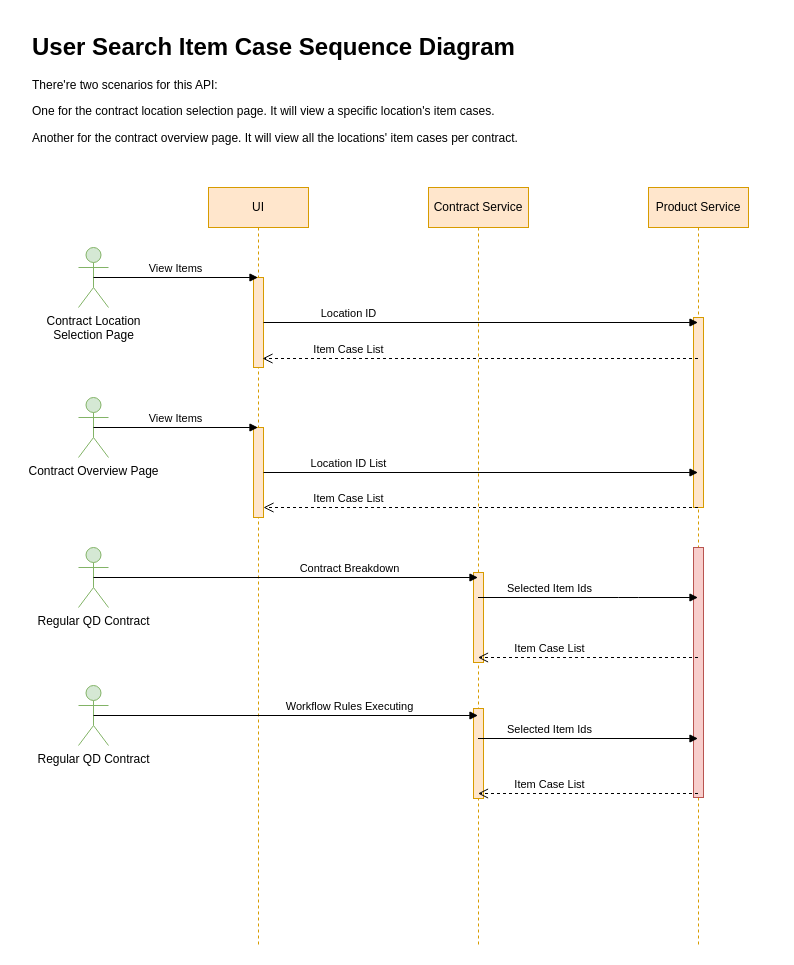
This is item&location search api sequence diagram.drawio from dajin-kingland/UMLdiagrams, a draw.io file, before an edit. Source tidied: cells renumbered, new cells numbered last; positions are measured from the earlier drawing's top-left corner, leaving out a move shared by most shapes. Both pictures are drawn from the tidied source at 100%, with x=0, y=0 at pixel (27, 27).
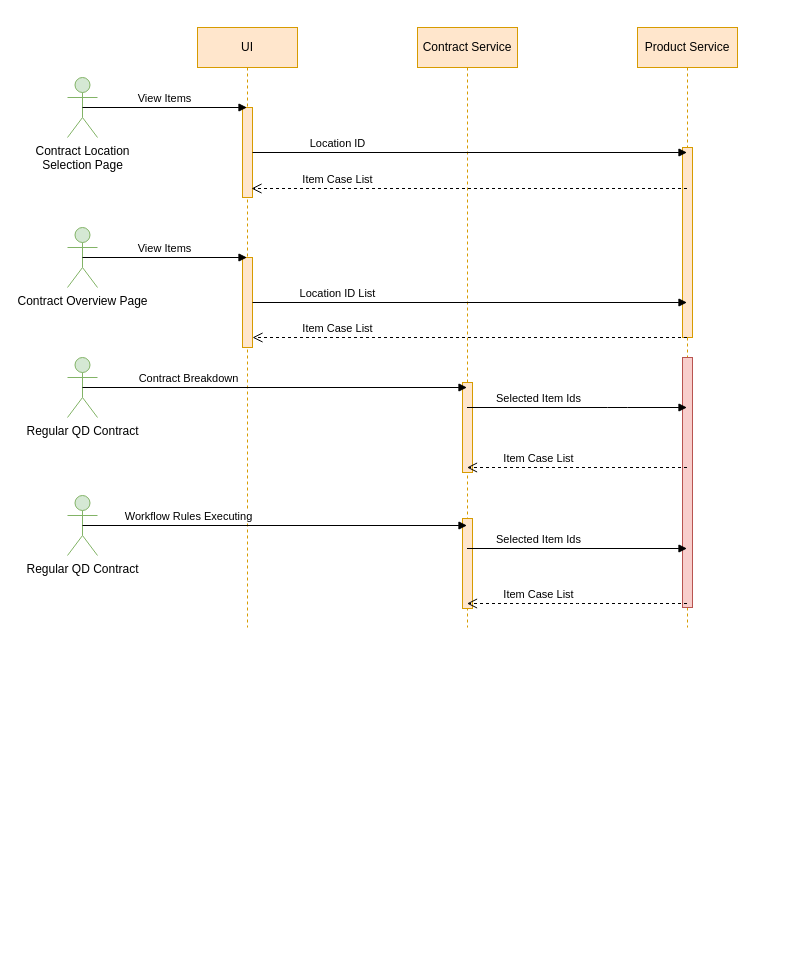
The same page after the edit.

Change to the diagram source:
```diff
@@
     <mxCell id="2" value="Contract Service" style="shape=umlLifeline;perimeter=lifelinePerimeter;whiteSpace=wrap;html=1;outlineConnect=0;fillColor=#ffe6cc;strokeColor=#d79b00;" parent="1" vertex="1">
-      <mxGeometry x="401" y="160" width="100" height="760" as="geometry" />
+      <mxGeometry x="390" width="100" height="600" as="geometry" />
     </mxCell>
     <mxCell id="3" value="UI" style="shape=umlLifeline;perimeter=lifelinePerimeter;whiteSpace=wrap;html=1;outlineConnect=0;fillColor=#ffe6cc;strokeColor=#d79b00;" parent="1" vertex="1">
-      <mxGeometry x="181" y="160" width="100" height="760" as="geometry" />
+      <mxGeometry x="170" width="100" height="600" as="geometry" />
     </mxCell>
     <mxCell id="4" style="html=1;points=[];perimeter=orthogonalPerimeter;fillColor=#ffe6cc;strokeColor=#d79b00;" parent="3" vertex="1">
-      <mxGeometry x="45" y="90" width="10" height="90" as="geometry" />
+      <mxGeometry x="45" y="80" width="10" height="90" as="geometry" />
     </mxCell>
-    <mxCell id="5" value="&lt;h1&gt;User Search Item Case Sequence Diagram&lt;/h1&gt;&lt;p&gt;There're two scenarios for this API:&lt;/p&gt;&lt;p&gt;One for the contract location selection page. It will view a specific location's item cases.&lt;/p&gt;&lt;p&gt;Another for the contract overview page. It will view all the locations' item cases per contract.&lt;/p&gt;" style="text;html=1;strokeColor=none;fillColor=none;spacing=5;spacingTop=-20;whiteSpace=wrap;overflow=hidden;rounded=0;" parent="1" vertex="1">
-      <mxGeometry width="750" height="120" as="geometry" />
-    </mxCell>
     <mxCell id="6" value="Product Service" style="shape=umlLifeline;perimeter=lifelinePerimeter;whiteSpace=wrap;html=1;outlineConnect=0;fillColor=#ffe6cc;strokeColor=#d79b00;" parent="1" vertex="1">
-      <mxGeometry x="621" y="160" width="100" height="760" as="geometry" />
+      <mxGeometry x="610" width="100" height="600" as="geometry" />
     </mxCell>
     <mxCell id="7" style="html=1;perimeter=orthogonalPerimeter;fillColor=#ffe6cc;strokeColor=#d79b00;" parent="6" vertex="1">
-      <mxGeometry x="45" y="130" width="10" height="190" as="geometry" />
+      <mxGeometry x="45" y="120" width="10" height="190" as="geometry" />
     </mxCell>
-    <mxCell id="8" value="Location ID" style="html=1;verticalAlign=bottom;endArrow=block;" parent="1" edge="1" source="4" target="6">
-      <mxGeometry x="-0.61" relative="1" as="geometry" />
+    <mxCell id="8" value="Location ID" style="html=1;verticalAlign=bottom;endArrow=block;" parent="1" edge="1" source="4">
+      <mxGeometry x="-0.61" relative="1" as="geometry">
+        <mxPoint x="659.5" y="125" as="targetPoint" />
+      </mxGeometry>
     </mxCell>
-    <mxCell id="9" value="Item Case List" style="html=1;verticalAlign=bottom;endArrow=open;dashed=1;endSize=8;" parent="1" edge="1" source="6">
+    <mxCell id="9" value="Item Case List" style="html=1;verticalAlign=bottom;endArrow=open;dashed=1;endSize=8;" parent="1" edge="1">
       <mxGeometry x="0.61" relative="1" as="geometry">
-        <mxPoint x="235" y="331" as="targetPoint" />
+        <mxPoint x="659.5" y="161" as="sourcePoint" />
+        <mxPoint x="224" y="161" as="targetPoint" />
         <mxPoint x="1" as="offset" />
       </mxGeometry>
     </mxCell>
     <mxCell id="10" value="Contract Location&lt;br&gt;Selection Page" style="shape=umlActor;verticalLabelPosition=bottom;verticalAlign=top;html=1;fillColor=#d5e8d4;strokeColor=#82b366;" parent="1" vertex="1">
-      <mxGeometry x="51" y="220" width="30" height="60" as="geometry" />
+      <mxGeometry x="40" y="50" width="30" height="60" as="geometry" />
     </mxCell>
-    <mxCell id="11" value="View Items" style="html=1;verticalAlign=bottom;endArrow=block;exitX=0.5;exitY=0.5;exitDx=0;exitDy=0;exitPerimeter=0;" parent="1" edge="1" source="10" target="3">
-      <mxGeometry relative="1" as="geometry" />
+    <mxCell id="11" value="View Items" style="html=1;verticalAlign=bottom;endArrow=block;exitX=0.5;exitY=0.5;exitDx=0;exitDy=0;exitPerimeter=0;" parent="1" edge="1" source="10">
+      <mxGeometry relative="1" as="geometry">
+        <mxPoint x="219.5" y="80" as="targetPoint" />
+      </mxGeometry>
     </mxCell>
     <mxCell id="12" style="html=1;points=[];perimeter=orthogonalPerimeter;fillColor=#ffe6cc;strokeColor=#d79b00;" parent="1" vertex="1">
-      <mxGeometry x="226" y="400" width="10" height="90" as="geometry" />
+      <mxGeometry x="215" y="230" width="10" height="90" as="geometry" />
     </mxCell>
     <mxCell id="13" value="Contract Overview Page" style="shape=umlActor;verticalLabelPosition=bottom;verticalAlign=top;html=1;fillColor=#d5e8d4;strokeColor=#82b366;" parent="1" vertex="1">
-      <mxGeometry x="51" y="370" width="30" height="60" as="geometry" />
+      <mxGeometry x="40" y="200" width="30" height="60" as="geometry" />
     </mxCell>
     <mxCell id="14" value="View Items" style="html=1;verticalAlign=bottom;endArrow=block;exitX=0.5;exitY=0.5;exitDx=0;exitDy=0;exitPerimeter=0;" parent="1" edge="1" source="13">
       <mxGeometry relative="1" as="geometry">
-        <mxPoint x="230.5" y="400" as="targetPoint" />
+        <mxPoint x="219.5" y="230" as="targetPoint" />
       </mxGeometry>
     </mxCell>
-    <mxCell id="15" value="Location ID List" style="html=1;verticalAlign=bottom;endArrow=block;" parent="1" edge="1" source="12" target="6">
-      <mxGeometry x="-0.61" relative="1" as="geometry" />
+    <mxCell id="15" value="Location ID List" style="html=1;verticalAlign=bottom;endArrow=block;" parent="1" edge="1" source="12">
+      <mxGeometry x="-0.61" relative="1" as="geometry">
+        <mxPoint x="659.5" y="275" as="targetPoint" />
+      </mxGeometry>
     </mxCell>
-    <mxCell id="16" value="Item Case List" style="html=1;verticalAlign=bottom;endArrow=open;dashed=1;endSize=8;" parent="1" edge="1" source="6">
+    <mxCell id="16" value="Item Case List" style="html=1;verticalAlign=bottom;endArrow=open;dashed=1;endSize=8;" parent="1" edge="1">
       <mxGeometry x="0.61" relative="1" as="geometry">
-        <mxPoint x="236" y="480" as="targetPoint" />
+        <mxPoint x="659.5" y="310" as="sourcePoint" />
+        <mxPoint x="225" y="310" as="targetPoint" />
       </mxGeometry>
     </mxCell>
     <mxCell id="17" style="html=1;perimeter=orthogonalPerimeter;fillColor=#f8cecc;strokeColor=#b85450;" parent="1" vertex="1">
-      <mxGeometry x="666" y="520" width="10" height="250" as="geometry" />
+      <mxGeometry x="655" y="330" width="10" height="250" as="geometry" />
     </mxCell>
     <mxCell id="18" value="Regular QD Contract" style="shape=umlActor;verticalLabelPosition=bottom;verticalAlign=top;html=1;fillColor=#d5e8d4;strokeColor=#82b366;" parent="1" vertex="1">
-      <mxGeometry x="51" y="520" width="30" height="60" as="geometry" />
+      <mxGeometry x="40" y="330" width="30" height="60" as="geometry" />
     </mxCell>
     <mxCell id="19" style="html=1;perimeter=orthogonalPerimeter;fillColor=#ffe6cc;strokeColor=#d79b00;" parent="1" vertex="1">
-      <mxGeometry x="446" y="545" width="10" height="90" as="geometry" />
+      <mxGeometry x="435" y="355" width="10" height="90" as="geometry" />
     </mxCell>
-    <mxCell id="20" value="Contract Breakdown" style="html=1;verticalAlign=bottom;endArrow=block;exitX=0.5;exitY=0.5;exitDx=0;exitDy=0;exitPerimeter=0;" parent="1" edge="1" source="18" target="2">
-      <mxGeometry x="0.33" relative="1" as="geometry" />
+    <mxCell id="20" value="Contract Breakdown" style="html=1;verticalAlign=bottom;endArrow=block;exitX=0.5;exitY=0.5;exitDx=0;exitDy=0;exitPerimeter=0;" parent="1" edge="1" source="18">
+      <mxGeometry x="-0.45" relative="1" as="geometry">
+        <mxPoint x="439.5" y="360" as="targetPoint" />
+      </mxGeometry>
     </mxCell>
-    <mxCell id="21" value="Selected Item Ids" style="html=1;verticalAlign=bottom;endArrow=block;" parent="1" edge="1" source="2" target="6">
+    <mxCell id="21" value="Selected Item Ids" style="html=1;verticalAlign=bottom;endArrow=block;" parent="1" edge="1">
       <mxGeometry x="-0.36" relative="1" as="geometry">
+        <mxPoint x="439.5" y="380" as="sourcePoint" />
+        <mxPoint x="659.5" y="380" as="targetPoint" />
         <Array as="points">
-          <mxPoint x="601" y="570" />
+          <mxPoint x="590" y="380" />
         </Array>
         <mxPoint x="1" as="offset" />
       </mxGeometry>
     </mxCell>
-    <mxCell id="22" value="Item Case List" style="html=1;verticalAlign=bottom;endArrow=open;dashed=1;endSize=8;" parent="1" edge="1" source="6" target="2">
+    <mxCell id="22" value="Item Case List" style="html=1;verticalAlign=bottom;endArrow=open;dashed=1;endSize=8;" parent="1" edge="1">
       <mxGeometry x="0.36" relative="1" as="geometry">
+        <mxPoint x="659.5" y="440" as="sourcePoint" />
+        <mxPoint x="439.5" y="440" as="targetPoint" />
         <Array as="points">
-          <mxPoint x="531" y="630" />
+          <mxPoint x="520" y="440" />
         </Array>
         <mxPoint x="1" as="offset" />
       </mxGeometry>
     </mxCell>
     <mxCell id="23" style="html=1;perimeter=orthogonalPerimeter;fillColor=#ffe6cc;strokeColor=#d79b00;" parent="1" vertex="1">
-      <mxGeometry x="446" y="681" width="10" height="90" as="geometry" />
+      <mxGeometry x="435" y="491" width="10" height="90" as="geometry" />
     </mxCell>
     <mxCell id="24" value="Regular QD Contract" style="shape=umlActor;verticalLabelPosition=bottom;verticalAlign=top;html=1;fillColor=#d5e8d4;strokeColor=#82b366;" parent="1" vertex="1">
-      <mxGeometry x="51" y="658" width="30" height="60" as="geometry" />
+      <mxGeometry x="40" y="468" width="30" height="60" as="geometry" />
     </mxCell>
     <mxCell id="25" value="Workflow Rules Executing" style="html=1;verticalAlign=bottom;endArrow=block;exitX=0.5;exitY=0.5;exitDx=0;exitDy=0;exitPerimeter=0;" parent="1" edge="1" source="24">
-      <mxGeometry x="0.33" relative="1" as="geometry">
-        <mxPoint x="450.5" y="688" as="targetPoint" />
+      <mxGeometry x="-0.45" relative="1" as="geometry">
+        <mxPoint x="439.5" y="498" as="targetPoint" />
       </mxGeometry>
     </mxCell>
     <mxCell id="26" value="Selected Item Ids" style="html=1;verticalAlign=bottom;endArrow=block;" parent="1" edge="1">
       <mxGeometry x="-0.36" relative="1" as="geometry">
-        <mxPoint x="450.5" y="711" as="sourcePoint" />
-        <mxPoint x="670.5" y="711" as="targetPoint" />
+        <mxPoint x="439.5" y="521" as="sourcePoint" />
+        <mxPoint x="659.5" y="521" as="targetPoint" />
         <Array as="points">
-          <mxPoint x="596.5" y="711" />
+          <mxPoint x="585.5" y="521" />
         </Array>
         <mxPoint x="1" as="offset" />
       </mxGeometry>
     </mxCell>
     <mxCell id="27" value="Item Case List" style="html=1;verticalAlign=bottom;endArrow=open;dashed=1;endSize=8;" parent="1" edge="1">
       <mxGeometry x="0.36" relative="1" as="geometry">
-        <mxPoint x="670.5" y="766" as="sourcePoint" />
-        <mxPoint x="450.5" y="766" as="targetPoint" />
+        <mxPoint x="659.5" y="576" as="sourcePoint" />
+        <mxPoint x="439.5" y="576" as="targetPoint" />
         <Array as="points">
-          <mxPoint x="571" y="766" />
-          <mxPoint x="512" y="766" />
+          <mxPoint x="560" y="576" />
+          <mxPoint x="501" y="576" />
         </Array>
         <mxPoint x="1" as="offset" />
       </mxGeometry>
     </mxCell>
```
